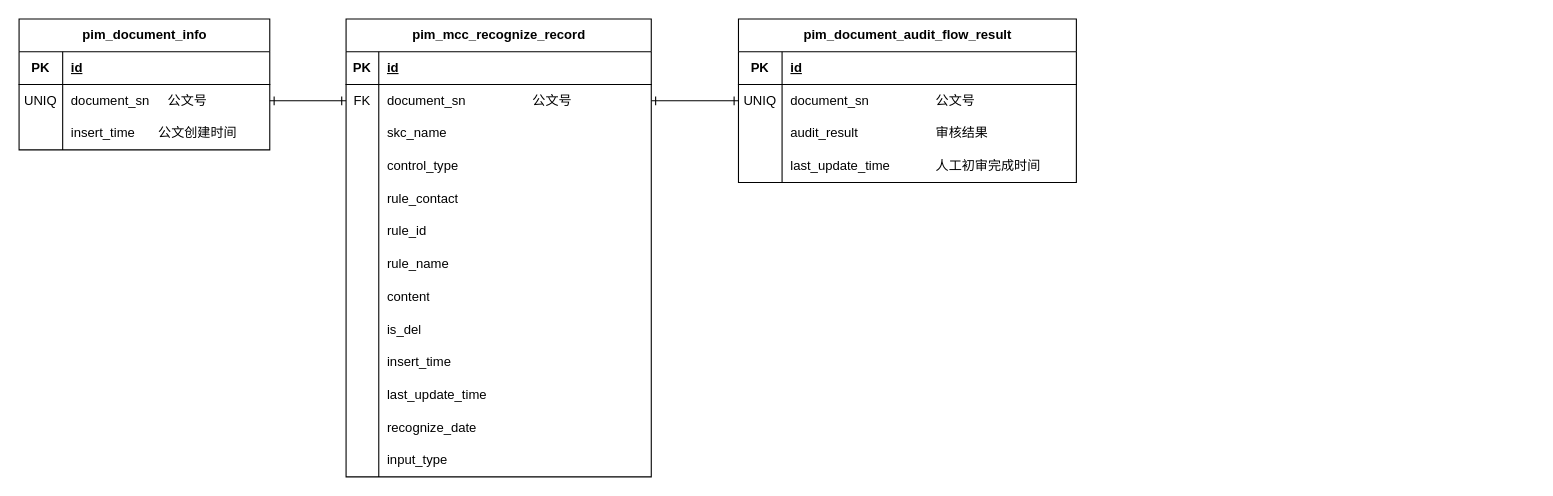
Earlier version of the draw.io diagram ABC-117938_公文审核识别结果.drawio (wangzijia122/drawio_repository). Source tidied: cells renumbered, new cells numbered last; positions are measured from the earlier drawing's top-left corner, leaving out a move shared by most shapes. Both pictures are drawn from the tidied source at 109%, with x=0, y=0 at pixel (19, 19).
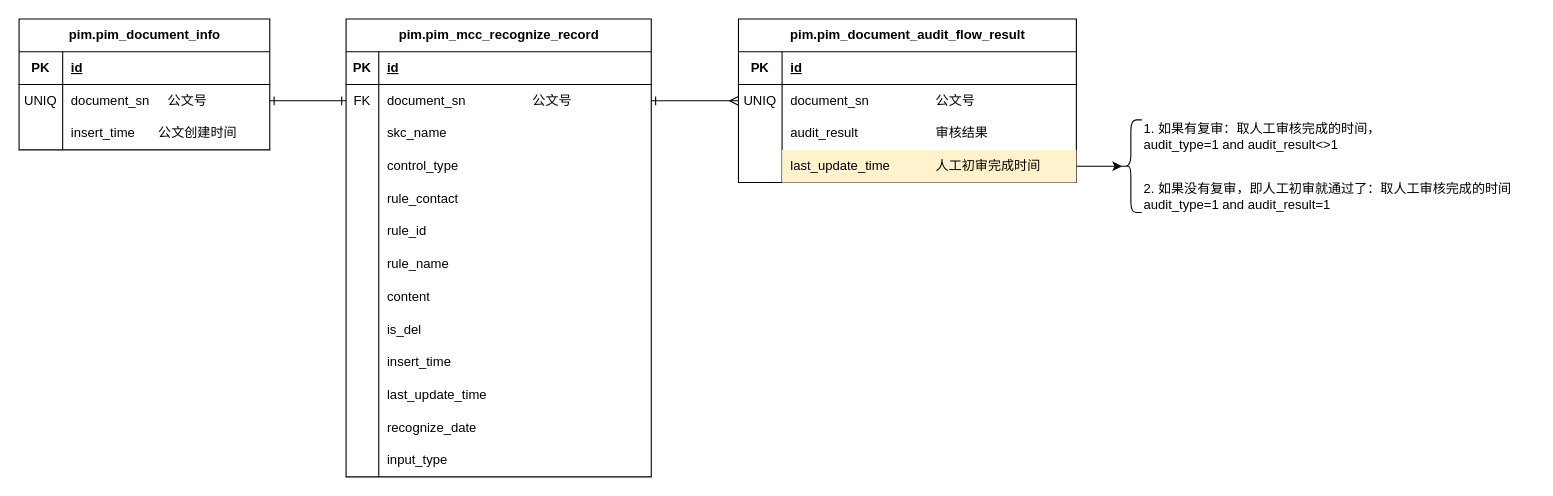
The same diagram, later.

Commit message (it also covers changes not shown here):
更新ABC-117938_公文审核识别结果.drawio

Unchanged cells that the change refers to:
```xml
<mxCell id="6" style="shape=tableRow;horizontal=0;startSize=0;swimlaneHead=0;swimlaneBody=0;fillColor=none;points=[[0,0.5],[1,0.5]];portConstraint=eastwest;top=0;left=0;right=0;bottom=0;" parent="2" vertex="1">
  <mxGeometry y="60" width="280" height="30" as="geometry" />
</mxCell>
<mxCell id="57" style="shape=tableRow;horizontal=0;startSize=0;swimlaneHead=0;swimlaneBody=0;fillColor=none;points=[[0,0.5],[1,0.5]];portConstraint=eastwest;top=0;left=0;right=0;bottom=0;" parent="53" vertex="1">
  <mxGeometry y="60" width="310" height="30" as="geometry" />
</mxCell>
<mxCell id="63" style="shape=tableRow;horizontal=0;startSize=0;swimlaneHead=0;swimlaneBody=0;fillColor=none;points=[[0,0.5],[1,0.5]];portConstraint=eastwest;top=0;left=0;right=0;bottom=0;" parent="53" vertex="1">
  <mxGeometry y="120" width="310" height="30" as="geometry" />
</mxCell>
```

Change to the diagram source:
```diff
@@
-    <mxCell id="2" value="pim_mcc_recognize_record" style="shape=table;startSize=30;childLayout=tableLayout;rowLines=0;fontStyle=1;align=center;html=1;" parent="1" vertex="1">
+    <mxCell id="2" value="pim.pim_mcc_recognize_record" style="shape=table;startSize=30;childLayout=tableLayout;rowLines=0;fontStyle=1;align=center;html=1;" parent="1" vertex="1">
       <mxGeometry x="300" width="280" height="420" as="geometry" />
     </mxCell>
@@
-    <mxCell id="42" value="pim_document_info" style="shape=table;startSize=30;childLayout=tableLayout;rowLines=0;fontStyle=1;align=center;html=1;" parent="1" vertex="1">
+    <mxCell id="42" value="pim.pim_document_info" style="shape=table;startSize=30;childLayout=tableLayout;rowLines=0;fontStyle=1;align=center;html=1;" parent="1" vertex="1">
       <mxGeometry width="230" height="120" as="geometry" />
     </mxCell>
@@
-    <mxCell id="53" value="pim_document_audit_flow_result" style="shape=table;startSize=30;childLayout=tableLayout;rowLines=0;fontStyle=1;align=center;html=1;" parent="1" vertex="1">
+    <mxCell id="53" value="pim.pim_document_audit_flow_result" style="shape=table;startSize=30;childLayout=tableLayout;rowLines=0;fontStyle=1;align=center;html=1;" parent="1" vertex="1">
       <mxGeometry x="660" width="310" height="150" as="geometry" />
     </mxCell>
@@
-    <mxCell id="65" value="last_update_time&lt;span style=&quot;white-space: pre;&quot;&gt;&#9;&lt;/span&gt;&lt;span style=&quot;white-space: pre;&quot;&gt;&#9;&lt;/span&gt;人工初审完成时间" style="shape=partialRectangle;fillColor=none;top=0;left=0;bottom=0;right=0;align=left;spacingLeft=6;overflow=hidden;whiteSpace=wrap;html=1;" parent="63" vertex="1">
+    <mxCell id="65" value="last_update_time&lt;span style=&quot;white-space: pre;&quot;&gt;&#9;&lt;/span&gt;&lt;span style=&quot;white-space: pre;&quot;&gt;&#9;&lt;/span&gt;人工初审完成时间" style="shape=partialRectangle;fillColor=#fff2cc;top=0;left=0;bottom=0;right=0;align=left;spacingLeft=6;overflow=hidden;whiteSpace=wrap;html=1;strokeColor=#d6b656;" parent="63" vertex="1">
       <mxGeometry x="40" width="270" height="30" as="geometry" />
     </mxCell>
-    <mxCell id="66" style="edgeStyle=orthogonalEdgeStyle;rounded=0;jettySize=auto;html=1;exitX=0;exitY=0.5;exitDx=0;exitDy=0;entryX=1;entryY=0.5;entryDx=0;entryDy=0;startArrow=ERone;startFill=0;endArrow=ERone;endFill=0;" parent="1" edge="1" source="57" target="6">
-      <mxGeometry relative="1" as="geometry" />
-    </mxCell>
+    <mxCell id="67" style="shape=curlyBracket;whiteSpace=wrap;html=1;rounded=1;labelPosition=left;verticalLabelPosition=middle;align=right;verticalAlign=middle;" parent="1" vertex="1">
+      <mxGeometry x="1010" y="92.5" width="20" height="85" as="geometry" />
+    </mxCell>
+    <mxCell id="68" style="edgeStyle=orthogonalEdgeStyle;rounded=0;jettySize=auto;html=1;exitX=1;exitY=0.5;exitDx=0;exitDy=0;entryX=0.1;entryY=0.5;entryDx=0;entryDy=0;entryPerimeter=0;" parent="1" edge="1" source="63" target="67">
+      <mxGeometry relative="1" as="geometry" />
+    </mxCell>
+    <mxCell id="69" value="1. 如果有复审：取人工审核完成的时间，&lt;br&gt;audit_type=1 and audit_result&amp;lt;&amp;gt;1" style="text;html=1;align=left;verticalAlign=middle;" parent="1" vertex="1">
+      <mxGeometry x="1030" y="87.5" width="240" height="40" as="geometry" />
+    </mxCell>
+    <mxCell id="70" value="2. 如果没有复审&lt;span style=&quot;font-size: 12px;&quot;&gt;，即人工初审就通过了&lt;/span&gt;：取人工审核完成的时间&lt;br&gt;audit_type=1 and audit_result=1" style="text;html=1;align=left;verticalAlign=middle;strokeColor=none;fillColor=none;fontStyle=0;fontSize=12;" parent="1" vertex="1">
+      <mxGeometry x="1030" y="142.5" width="360" height="40" as="geometry" />
+    </mxCell>
+    <mxCell id="71" style="edgeStyle=orthogonalEdgeStyle;rounded=0;jettySize=auto;html=1;exitX=1;exitY=0.5;exitDx=0;exitDy=0;entryX=0;entryY=0.5;entryDx=0;entryDy=0;endArrow=ERmany;endFill=0;strokeColor=none;startArrow=ERone;startFill=0;" parent="1" edge="1" source="6" target="57">
+      <mxGeometry relative="1" as="geometry" />
+    </mxCell>
+    <mxCell id="72" style="edgeStyle=orthogonalEdgeStyle;rounded=0;jettySize=auto;html=1;exitX=1;exitY=0.5;exitDx=0;exitDy=0;entryX=0;entryY=0.5;entryDx=0;entryDy=0;endArrow=ERmany;endFill=0;startArrow=ERone;startFill=0;" parent="1" edge="1" source="6" target="57">
+      <mxGeometry relative="1" as="geometry" />
+    </mxCell>
```
